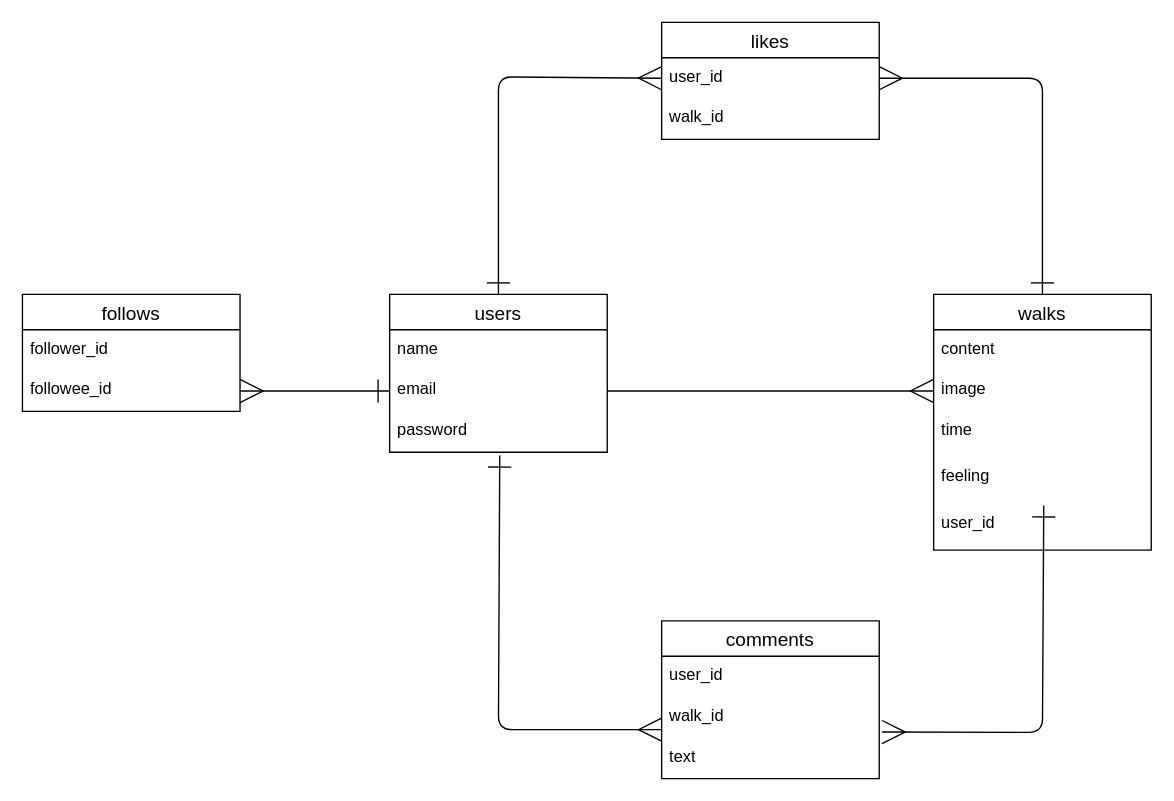
y-takamatu/morning-walk keeps this draw.io diagram as morning-walk.dio. Above is the earlier version. Source tidied: cells renumbered, new cells numbered last; positions are measured from the earlier drawing's top-left corner, leaving out a move shared by most shapes. Both pictures are drawn from the tidied source at 136%, with x=0, y=0 at pixel (22, 22).
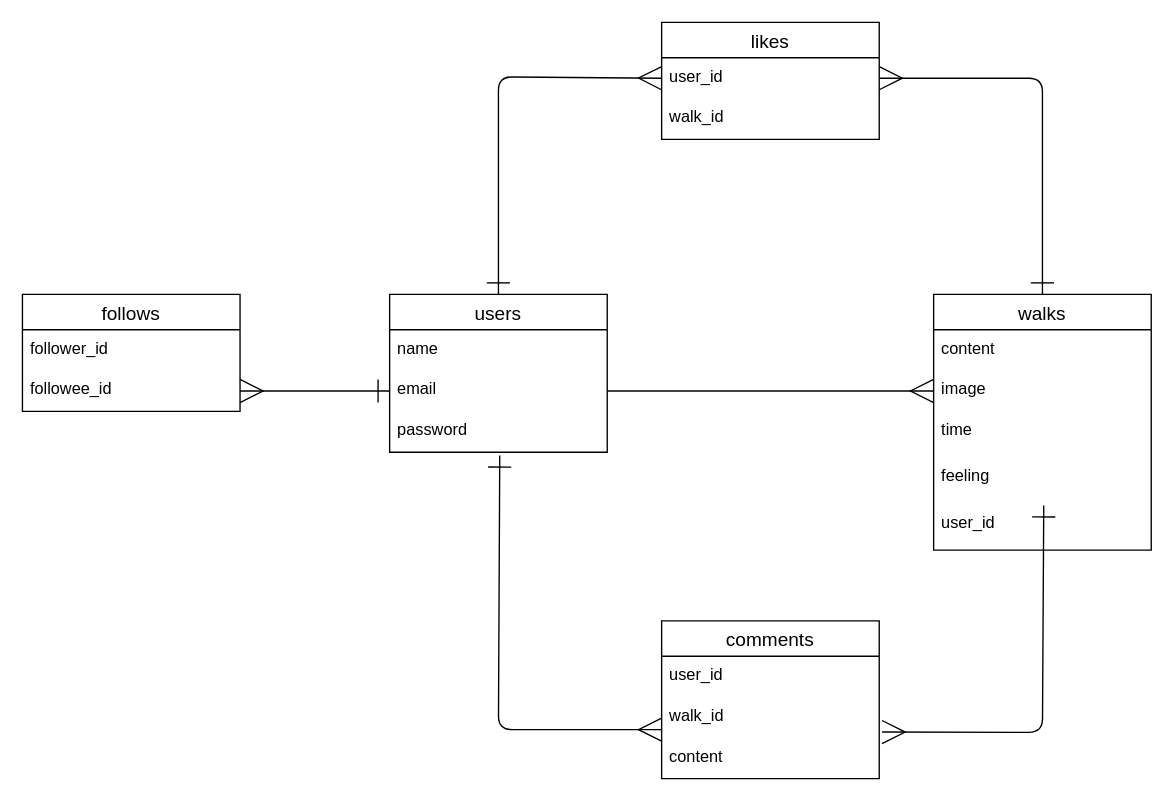
Above is the later version.

Unchanged cells that the change refers to:
```xml
<mxCell id="2" value="comments" style="swimlane;fontStyle=0;horizontal=1;startSize=26;align=center;fontSize=14;" parent="1" vertex="1">
  <mxGeometry x="470" y="440" width="160" height="116" as="geometry" />
</mxCell>
```

Change to the diagram source:
```diff
@@
-    <mxCell id="5" value="text&#10;" style="text;strokeColor=none;fillColor=none;spacingLeft=4;spacingRight=4;overflow=hidden;fontSize=12;" parent="2" vertex="1">
+    <mxCell id="5" value="content" style="text;strokeColor=none;fillColor=none;spacingLeft=4;spacingRight=4;overflow=hidden;fontSize=12;" parent="2" vertex="1">
       <mxGeometry y="86" width="160" height="30" as="geometry" />
     </mxCell>
```
